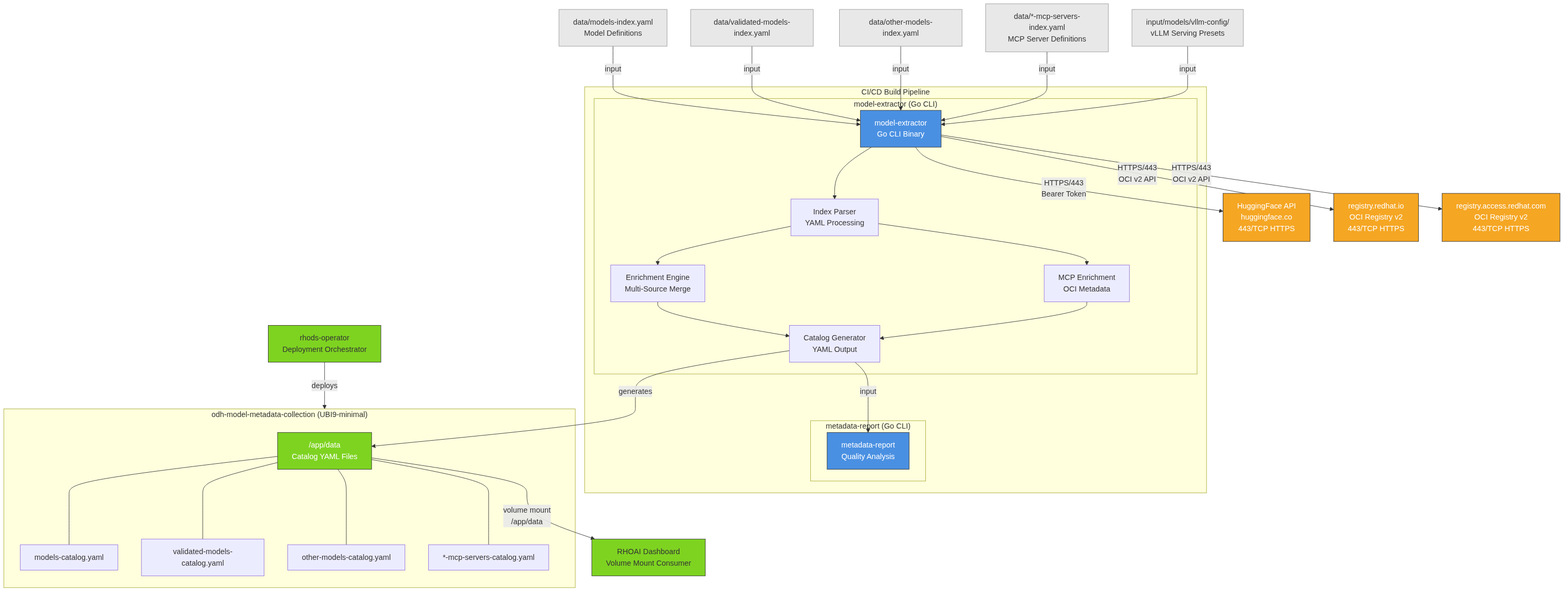
Before: architecture/rhoai.next/diagrams/model-metadata-collection-component.png, a diagram exported from Mermaid (rhuss/architecture-context). Its source is kept beside it as architecture/rhoai.next/diagrams/model-metadata-collection-component.mmd. Source of this version:
```mermaid
graph TB
    subgraph CICD["CI/CD Build Pipeline"]
        direction TB
        subgraph ExtractorTool["model-extractor (Go CLI)"]
            Extractor[model-extractor<br/>Go CLI Binary]
            IndexParser[Index Parser<br/>YAML Processing]
            Enrichment[Enrichment Engine<br/>Multi-Source Merge]
            CatalogGen[Catalog Generator<br/>YAML Output]
            MCPEnrich[MCP Enrichment<br/>OCI Metadata]
            Extractor --> IndexParser
            IndexParser --> Enrichment
            Enrichment --> CatalogGen
            IndexParser --> MCPEnrich
            MCPEnrich --> CatalogGen
        end

        subgraph ReportTool["metadata-report (Go CLI)"]
            Reporter[metadata-report<br/>Quality Analysis]
        end
    end

    subgraph DataContainer["odh-model-metadata-collection (UBI9-minimal)"]
        direction TB
        DataVolume["/app/data<br/>Catalog YAML Files"]
        ModelsCatalog["models-catalog.yaml"]
        ValidatedCatalog["validated-models-catalog.yaml"]
        OtherCatalog["other-models-catalog.yaml"]
        MCPCatalogs["*-mcp-servers-catalog.yaml"]
        DataVolume --- ModelsCatalog
        DataVolume --- ValidatedCatalog
        DataVolume --- OtherCatalog
        DataVolume --- MCPCatalogs
    end

    ModelsIndex["data/models-index.yaml<br/>Model Definitions"]
    ValidatedIndex["data/validated-models-index.yaml"]
    OtherIndex["data/other-models-index.yaml"]
    MCPIndex["data/*-mcp-servers-index.yaml<br/>MCP Server Definitions"]
    VLLMConfig["input/models/vllm-config/<br/>vLLM Serving Presets"]

    HuggingFace["HuggingFace API<br/>huggingface.co<br/>443/TCP HTTPS"]
    RedHatRegistry["registry.redhat.io<br/>OCI Registry v2<br/>443/TCP HTTPS"]
    AccessRegistry["registry.access.redhat.com<br/>OCI Registry v2<br/>443/TCP HTTPS"]

    Dashboard["RHOAI Dashboard<br/>Volume Mount Consumer"]
    Operator["rhods-operator<br/>Deployment Orchestrator"]

    ModelsIndex -->|input| Extractor
    ValidatedIndex -->|input| Extractor
    OtherIndex -->|input| Extractor
    MCPIndex -->|input| Extractor
    VLLMConfig -->|input| Extractor

    Extractor -->|"HTTPS/443<br/>Bearer Token"| HuggingFace
    Extractor -->|"HTTPS/443<br/>OCI v2 API"| RedHatRegistry
    Extractor -->|"HTTPS/443<br/>OCI v2 API"| AccessRegistry

    CatalogGen -->|"generates"| DataVolume
    CatalogGen -->|"input"| Reporter

    DataVolume -->|"volume mount<br/>/app/data"| Dashboard
    Operator -->|"deploys"| DataContainer

    style Extractor fill:#4a90e2,stroke:#333,color:#fff
    style Reporter fill:#4a90e2,stroke:#333,color:#fff
    style DataVolume fill:#7ed321,stroke:#333,color:#fff
    style HuggingFace fill:#f5a623,stroke:#333,color:#fff
    style RedHatRegistry fill:#f5a623,stroke:#333,color:#fff
    style AccessRegistry fill:#f5a623,stroke:#333,color:#fff
    style Dashboard fill:#7ed321,stroke:#333
    style Operator fill:#7ed321,stroke:#333
    style ModelsIndex fill:#e8e8e8,stroke:#999
    style ValidatedIndex fill:#e8e8e8,stroke:#999
    style OtherIndex fill:#e8e8e8,stroke:#999
    style MCPIndex fill:#e8e8e8,stroke:#999
    style VLLMConfig fill:#e8e8e8,stroke:#999
```
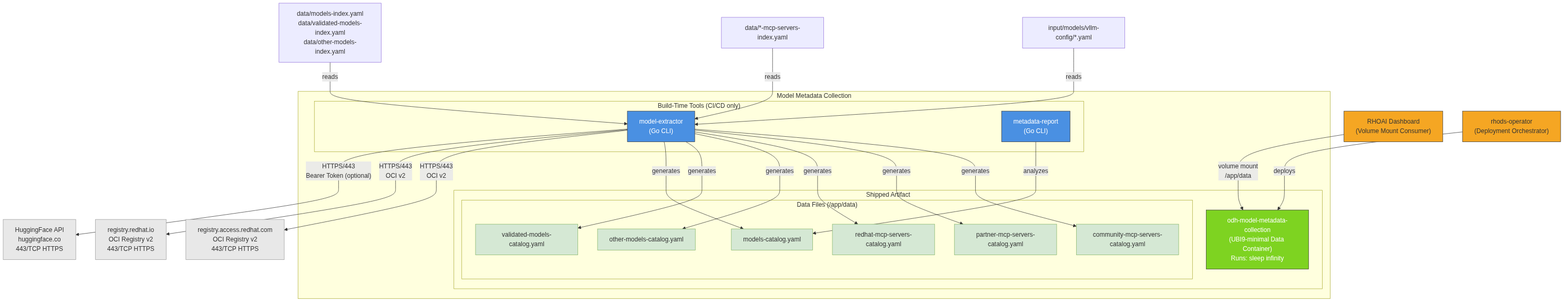
The same file after the commit.

What changed in the source:
```diff
@@ -1,76 +1,63 @@
 graph TB
-    subgraph CICD["CI/CD Build Pipeline"]
+    subgraph "Model Metadata Collection"
         direction TB
-        subgraph ExtractorTool["model-extractor (Go CLI)"]
-            Extractor[model-extractor<br/>Go CLI Binary]
-            IndexParser[Index Parser<br/>YAML Processing]
-            Enrichment[Enrichment Engine<br/>Multi-Source Merge]
-            CatalogGen[Catalog Generator<br/>YAML Output]
-            MCPEnrich[MCP Enrichment<br/>OCI Metadata]
-            Extractor --> IndexParser
-            IndexParser --> Enrichment
-            Enrichment --> CatalogGen
-            IndexParser --> MCPEnrich
-            MCPEnrich --> CatalogGen
+        subgraph "Build-Time Tools (CI/CD only)"
+            Extractor["model-extractor<br/>(Go CLI)"]
+            Report["metadata-report<br/>(Go CLI)"]
         end
 
-        subgraph ReportTool["metadata-report (Go CLI)"]
-            Reporter[metadata-report<br/>Quality Analysis]
+        subgraph "Shipped Artifact"
+            DataContainer["odh-model-metadata-collection<br/>(UBI9-minimal Data Container)<br/>Runs: sleep infinity"]
+            subgraph "Data Files (/app/data)"
+                ModelsCatalog["models-catalog.yaml"]
+                ValidatedCatalog["validated-models-catalog.yaml"]
+                OtherCatalog["other-models-catalog.yaml"]
+                RHMCPCatalog["redhat-mcp-servers-catalog.yaml"]
+                PartnerMCPCatalog["partner-mcp-servers-catalog.yaml"]
+                CommunityMCPCatalog["community-mcp-servers-catalog.yaml"]
+            end
         end
     end
 
-    subgraph DataContainer["odh-model-metadata-collection (UBI9-minimal)"]
-        direction TB
-        DataVolume["/app/data<br/>Catalog YAML Files"]
-        ModelsCatalog["models-catalog.yaml"]
-        ValidatedCatalog["validated-models-catalog.yaml"]
-        OtherCatalog["other-models-catalog.yaml"]
-        MCPCatalogs["*-mcp-servers-catalog.yaml"]
-        DataVolume --- ModelsCatalog
-        DataVolume --- ValidatedCatalog
-        DataVolume --- OtherCatalog
-        DataVolume --- MCPCatalogs
-    end
+    ModelsIndex["data/models-index.yaml<br/>data/validated-models-index.yaml<br/>data/other-models-index.yaml"]
+    MCPIndex["data/*-mcp-servers-index.yaml"]
+    VLLMConfig["input/models/vllm-config/*.yaml"]
 
-    ModelsIndex["data/models-index.yaml<br/>Model Definitions"]
-    ValidatedIndex["data/validated-models-index.yaml"]
-    OtherIndex["data/other-models-index.yaml"]
-    MCPIndex["data/*-mcp-servers-index.yaml<br/>MCP Server Definitions"]
-    VLLMConfig["input/models/vllm-config/<br/>vLLM Serving Presets"]
+    HF["HuggingFace API<br/>huggingface.co<br/>443/TCP HTTPS"]
+    RHIO["registry.redhat.io<br/>OCI Registry v2<br/>443/TCP HTTPS"]
+    RHACCESS["registry.access.redhat.com<br/>OCI Registry v2<br/>443/TCP HTTPS"]
 
-    HuggingFace["HuggingFace API<br/>huggingface.co<br/>443/TCP HTTPS"]
-    RedHatRegistry["registry.redhat.io<br/>OCI Registry v2<br/>443/TCP HTTPS"]
-    AccessRegistry["registry.access.redhat.com<br/>OCI Registry v2<br/>443/TCP HTTPS"]
+    Dashboard["RHOAI Dashboard<br/>(Volume Mount Consumer)"]
+    Operator["rhods-operator<br/>(Deployment Orchestrator)"]
 
-    Dashboard["RHOAI Dashboard<br/>Volume Mount Consumer"]
-    Operator["rhods-operator<br/>Deployment Orchestrator"]
+    ModelsIndex -->|reads| Extractor
+    MCPIndex -->|reads| Extractor
+    VLLMConfig -->|reads| Extractor
+    Extractor -->|"HTTPS/443<br/>Bearer Token (optional)"| HF
+    Extractor -->|"HTTPS/443<br/>OCI v2"| RHIO
+    Extractor -->|"HTTPS/443<br/>OCI v2"| RHACCESS
+    Extractor -->|generates| ModelsCatalog
+    Extractor -->|generates| ValidatedCatalog
+    Extractor -->|generates| OtherCatalog
+    Extractor -->|generates| RHMCPCatalog
+    Extractor -->|generates| PartnerMCPCatalog
+    Extractor -->|generates| CommunityMCPCatalog
+    Report -->|analyzes| ModelsCatalog
 
-    ModelsIndex -->|input| Extractor
-    ValidatedIndex -->|input| Extractor
-    OtherIndex -->|input| Extractor
-    MCPIndex -->|input| Extractor
-    VLLMConfig -->|input| Extractor
-
-    Extractor -->|"HTTPS/443<br/>Bearer Token"| HuggingFace
-    Extractor -->|"HTTPS/443<br/>OCI v2 API"| RedHatRegistry
-    Extractor -->|"HTTPS/443<br/>OCI v2 API"| AccessRegistry
-
-    CatalogGen -->|"generates"| DataVolume
-    CatalogGen -->|"input"| Reporter
-
-    DataVolume -->|"volume mount<br/>/app/data"| Dashboard
-    Operator -->|"deploys"| DataContainer
+    Dashboard -->|"volume mount<br/>/app/data"| DataContainer
+    Operator -->|deploys| DataContainer
 
     style Extractor fill:#4a90e2,stroke:#333,color:#fff
-    style Reporter fill:#4a90e2,stroke:#333,color:#fff
-    style DataVolume fill:#7ed321,stroke:#333,color:#fff
-    style HuggingFace fill:#f5a623,stroke:#333,color:#fff
-    style RedHatRegistry fill:#f5a623,stroke:#333,color:#fff
-    style AccessRegistry fill:#f5a623,stroke:#333,color:#fff
-    style Dashboard fill:#7ed321,stroke:#333
-    style Operator fill:#7ed321,stroke:#333
-    style ModelsIndex fill:#e8e8e8,stroke:#999
-    style ValidatedIndex fill:#e8e8e8,stroke:#999
-    style OtherIndex fill:#e8e8e8,stroke:#999
-    style MCPIndex fill:#e8e8e8,stroke:#999
-    style VLLMConfig fill:#e8e8e8,stroke:#999
+    style Report fill:#4a90e2,stroke:#333,color:#fff
+    style DataContainer fill:#7ed321,stroke:#333,color:#fff
+    style HF fill:#e8e8e8,stroke:#999
+    style RHIO fill:#e8e8e8,stroke:#999
+    style RHACCESS fill:#e8e8e8,stroke:#999
+    style Dashboard fill:#f5a623,stroke:#333
+    style Operator fill:#f5a623,stroke:#333
+    style ModelsCatalog fill:#d5e8d4,stroke:#82b366
+    style ValidatedCatalog fill:#d5e8d4,stroke:#82b366
+    style OtherCatalog fill:#d5e8d4,stroke:#82b366
+    style RHMCPCatalog fill:#d5e8d4,stroke:#82b366
+    style PartnerMCPCatalog fill:#d5e8d4,stroke:#82b366
+    style CommunityMCPCatalog fill:#d5e8d4,stroke:#82b366
```
